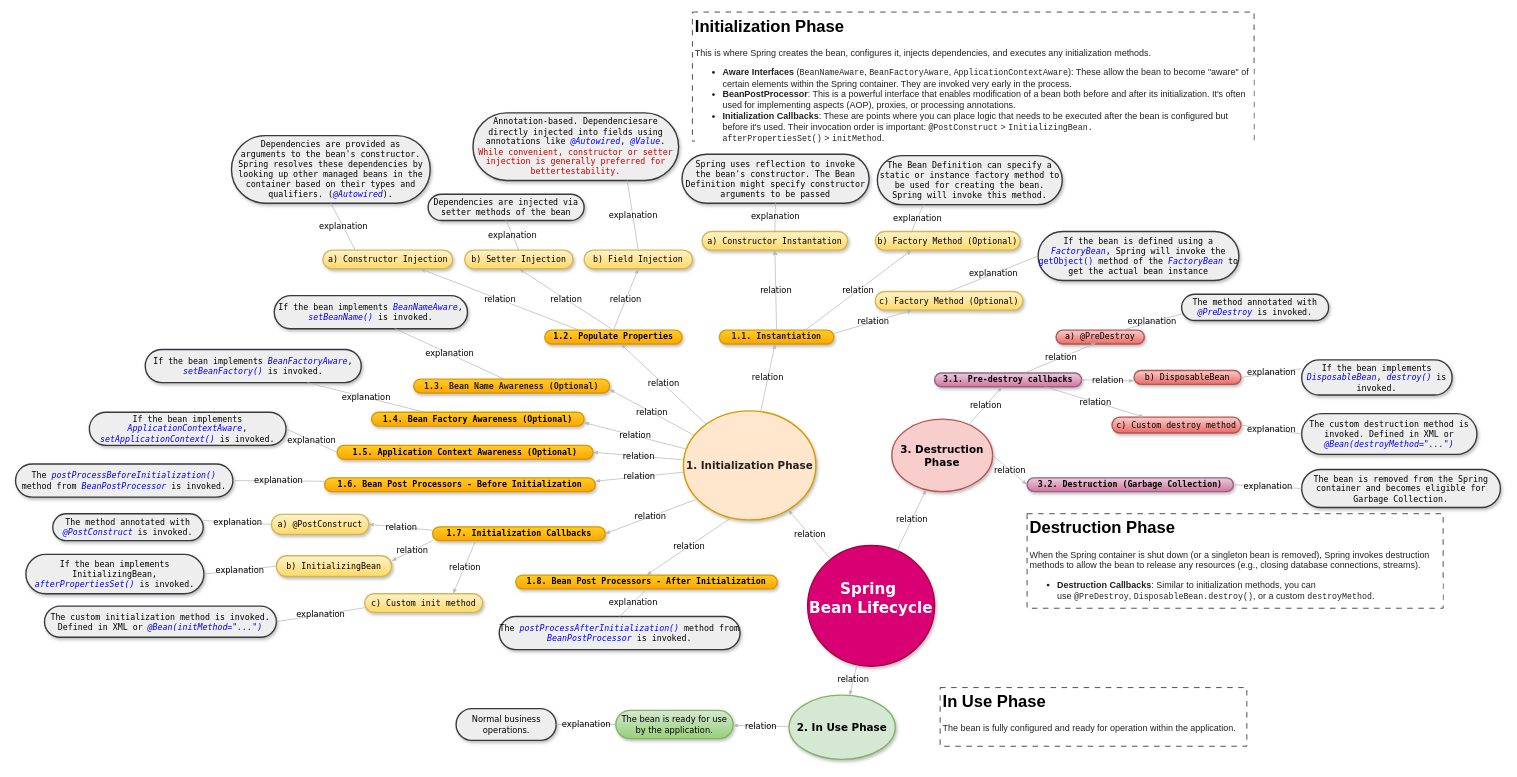
Before: page "spring-bean-lifecycle" (2 of 3) of diagrams/mind-map.drawio in PreCyz/spring-and-boot-auto-configurer, a draw.io diagram. Source tidied: cells renumbered, new cells numbered last; positions are measured from the earlier drawing's top-left corner, leaving out a move shared by most shapes. Both pictures are drawn from the tidied source at 69%, with x=0, y=0 at pixel (15, 12).
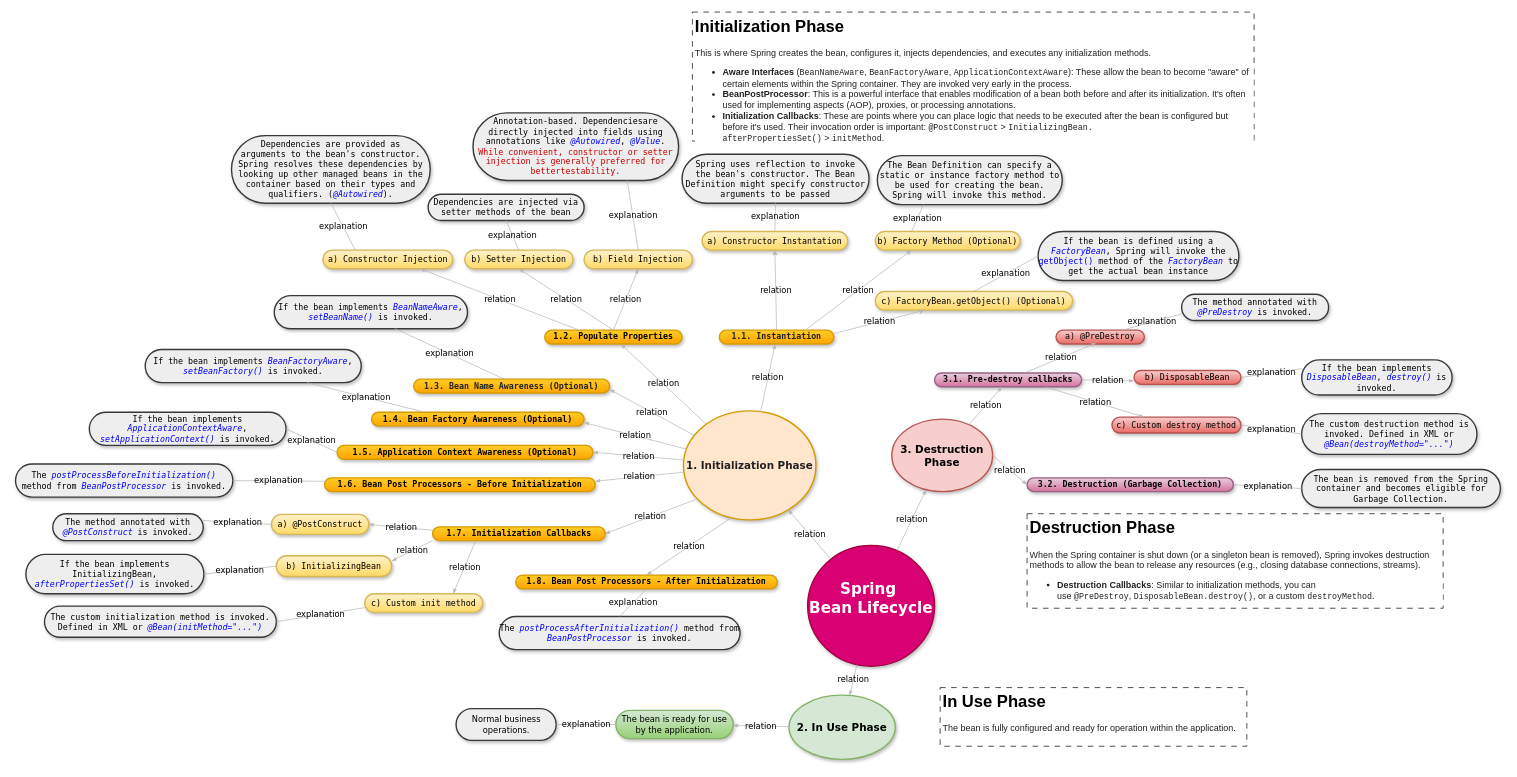
The same diagram, later.

What changed in the source:
```diff
@@
-    <mxCell id="82" value="c) Factory Method (Optional)" style="rounded=1;shadow=1;comic=0;labelBackgroundColor=none;strokeWidth=2;fontFamily=Lucida Console;fontSize=12;align=center;arcSize=50;fontStyle=0;html=1;whiteSpace=wrap;fillColor=#fff2cc;strokeColor=#d6b656;gradientColor=#ffd966;" parent="1" vertex="1">
-      <mxGeometry x="1246" y="405" width="214" height="27" as="geometry" />
+    <mxCell id="82" value="c) FactoryBean.getObject() (Optional)" style="rounded=1;shadow=1;comic=0;labelBackgroundColor=none;strokeWidth=2;fontFamily=Lucida Console;fontSize=12;align=center;arcSize=50;fontStyle=0;html=1;whiteSpace=wrap;fillColor=#fff2cc;strokeColor=#d6b656;gradientColor=#ffd966;" parent="1" vertex="1">
+      <mxGeometry x="1246" y="405" width="286" height="27" as="geometry" />
     </mxCell>
```
